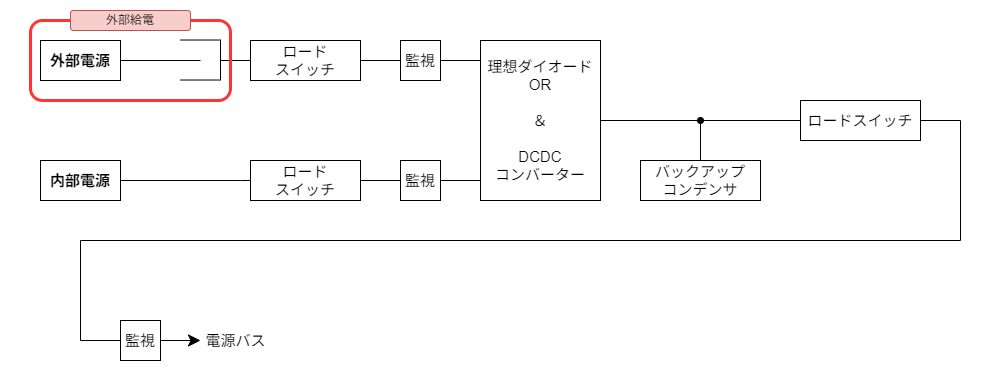
Before: Document/BlockDiagram/PowerSystemDiagram.png, a diagram exported from draw.io (tokai-student-rocket-project/H-62-Avionics). Source tidied: cells renumbered, new cells last; positions are measured from the earlier drawing's top-left corner, leaving out a move shared by most shapes. Source of this version:
```xml
<mxGraphModel>
  <root>
    <mxCell id="0" />
    <mxCell id="1" parent="0" />
    <mxCell id="2" style="rounded=0;whiteSpace=wrap;html=1;strokeColor=none;" parent="1" vertex="1">
      <mxGeometry width="1000" height="380" as="geometry" />
    </mxCell>
    <mxCell id="3" value="&lt;font style=&quot;font-size: 15px;&quot;&gt;&lt;b&gt;外部電源&lt;/b&gt;&lt;/font&gt;" style="rounded=0;whiteSpace=wrap;html=1;" parent="1" vertex="1">
      <mxGeometry x="40" y="40" width="80" height="40" as="geometry" />
    </mxCell>
    <mxCell id="4" value="&lt;font style=&quot;font-size: 15px;&quot;&gt;&lt;b&gt;内部電源&lt;/b&gt;&lt;/font&gt;" style="rounded=0;whiteSpace=wrap;html=1;" parent="1" vertex="1">
      <mxGeometry x="40" y="160" width="80" height="40" as="geometry" />
    </mxCell>
    <mxCell id="5" style="endArrow=none;html=1;exitX=1;exitY=0.5;exitDx=0;exitDy=0;" parent="1" edge="1" source="3">
      <mxGeometry relative="1" as="geometry">
        <mxPoint x="200" y="60" as="targetPoint" />
      </mxGeometry>
    </mxCell>
    <mxCell id="6" style="endArrow=none;html=1;exitX=1;exitY=0.5;exitDx=0;exitDy=0;" parent="1" edge="1" source="4">
      <mxGeometry relative="1" as="geometry">
        <mxPoint x="240" y="180" as="targetPoint" />
      </mxGeometry>
    </mxCell>
    <mxCell id="7" style="endArrow=none;html=1;" parent="1" edge="1">
      <mxGeometry relative="1" as="geometry">
        <mxPoint x="220" y="39.5" as="sourcePoint" />
        <mxPoint x="180" y="39.5" as="targetPoint" />
      </mxGeometry>
    </mxCell>
    <mxCell id="8" style="endArrow=none;html=1;" parent="1" edge="1">
      <mxGeometry relative="1" as="geometry">
        <mxPoint x="220" y="79.5" as="sourcePoint" />
        <mxPoint x="180" y="79.5" as="targetPoint" />
      </mxGeometry>
    </mxCell>
    <mxCell id="9" style="endArrow=none;html=1;" parent="1" edge="1">
      <mxGeometry relative="1" as="geometry">
        <mxPoint x="220" y="39.5" as="sourcePoint" />
        <mxPoint x="220" y="79.5" as="targetPoint" />
      </mxGeometry>
    </mxCell>
    <mxCell id="10" style="edgeStyle=none;html=1;entryX=0;entryY=0.5;entryDx=0;entryDy=0;endArrow=none;endFill=0;" parent="1" edge="1" source="11" target="18">
      <mxGeometry relative="1" as="geometry" />
    </mxCell>
    <mxCell id="11" value="&lt;font style=&quot;font-size: 15px;&quot;&gt;ロード&lt;/font&gt;&lt;div&gt;&lt;font style=&quot;font-size: 15px;&quot;&gt;スイッチ&lt;/font&gt;&lt;/div&gt;" style="rounded=0;whiteSpace=wrap;html=1;" parent="1" vertex="1">
      <mxGeometry x="250" y="40" width="110" height="40" as="geometry" />
    </mxCell>
    <mxCell id="12" style="edgeStyle=none;html=1;entryX=0;entryY=0.5;entryDx=0;entryDy=0;endArrow=none;endFill=0;" parent="1" edge="1" source="13" target="19">
      <mxGeometry relative="1" as="geometry" />
    </mxCell>
    <mxCell id="13" value="&lt;font style=&quot;font-size: 15px;&quot;&gt;ロード&lt;/font&gt;&lt;div&gt;&lt;font style=&quot;font-size: 15px;&quot;&gt;スイッチ&lt;/font&gt;&lt;/div&gt;" style="rounded=0;whiteSpace=wrap;html=1;" parent="1" vertex="1">
      <mxGeometry x="250" y="160" width="110" height="40" as="geometry" />
    </mxCell>
    <mxCell id="14" style="edgeStyle=none;html=1;entryX=0;entryY=0.5;entryDx=0;entryDy=0;endArrow=none;endFill=0;exitX=1;exitY=0.5;exitDx=0;exitDy=0;" parent="1" edge="1" source="33" target="11">
      <mxGeometry relative="1" as="geometry" />
    </mxCell>
    <mxCell id="15" style="edgeStyle=none;html=1;endArrow=none;endFill=0;" parent="1" edge="1">
      <mxGeometry relative="1" as="geometry">
        <mxPoint x="230" y="60" as="sourcePoint" />
        <mxPoint x="220" y="60" as="targetPoint" />
      </mxGeometry>
    </mxCell>
    <mxCell id="16" style="edgeStyle=none;html=1;entryX=0;entryY=0.5;entryDx=0;entryDy=0;endArrow=none;endFill=0;" parent="1" edge="1" target="13">
      <mxGeometry relative="1" as="geometry">
        <mxPoint x="240" y="180" as="sourcePoint" />
      </mxGeometry>
    </mxCell>
    <mxCell id="17" style="edgeStyle=none;html=1;entryX=0;entryY=0.125;entryDx=0;entryDy=0;entryPerimeter=0;endArrow=none;endFill=0;" parent="1" edge="1" source="18" target="21">
      <mxGeometry relative="1" as="geometry" />
    </mxCell>
    <mxCell id="18" value="&lt;font style=&quot;font-size: 15px;&quot;&gt;監視&lt;/font&gt;" style="rounded=0;whiteSpace=wrap;html=1;" parent="1" vertex="1">
      <mxGeometry x="400" y="40" width="40" height="40" as="geometry" />
    </mxCell>
    <mxCell id="19" value="&lt;font style=&quot;font-size: 15px;&quot;&gt;監視&lt;/font&gt;" style="rounded=0;whiteSpace=wrap;html=1;" parent="1" vertex="1">
      <mxGeometry x="400" y="160" width="40" height="40" as="geometry" />
    </mxCell>
    <mxCell id="20" style="edgeStyle=none;html=1;entryX=0;entryY=0.5;entryDx=0;entryDy=0;endArrow=none;endFill=0;" parent="1" edge="1" source="21" target="25">
      <mxGeometry relative="1" as="geometry" />
    </mxCell>
    <mxCell id="21" value="&lt;font style=&quot;font-size: 15px;&quot;&gt;理想ダイオードOR&lt;/font&gt;&lt;div&gt;&lt;span style=&quot;font-size: 15px;&quot;&gt;&lt;br&gt;&lt;/span&gt;&lt;div&gt;&lt;font style=&quot;font-size: 15px;&quot;&gt;＆&lt;/font&gt;&lt;/div&gt;&lt;div&gt;&lt;font style=&quot;font-size: 15px;&quot;&gt;&lt;br&gt;&lt;/font&gt;&lt;/div&gt;&lt;div&gt;&lt;font style=&quot;font-size: 15px;&quot;&gt;DCDC&lt;/font&gt;&lt;/div&gt;&lt;div&gt;&lt;font style=&quot;font-size: 15px;&quot;&gt;コンバーター&lt;/font&gt;&lt;/div&gt;&lt;/div&gt;" style="rounded=0;whiteSpace=wrap;html=1;" parent="1" vertex="1">
      <mxGeometry x="480" y="40" width="120" height="160" as="geometry" />
    </mxCell>
    <mxCell id="22" style="edgeStyle=none;html=1;entryX=0;entryY=0.875;entryDx=0;entryDy=0;entryPerimeter=0;endArrow=none;endFill=0;" parent="1" edge="1" source="19" target="21">
      <mxGeometry relative="1" as="geometry" />
    </mxCell>
    <mxCell id="23" style="edgeStyle=none;html=1;endArrow=oval;endFill=1;" parent="1" edge="1" source="24">
      <mxGeometry relative="1" as="geometry">
        <mxPoint x="700" y="120" as="targetPoint" />
      </mxGeometry>
    </mxCell>
    <mxCell id="24" value="&lt;font style=&quot;font-size: 15px;&quot;&gt;バックアップ&lt;/font&gt;&lt;div&gt;&lt;font style=&quot;font-size: 15px;&quot;&gt;コンデンサ&lt;/font&gt;&lt;/div&gt;" style="rounded=0;whiteSpace=wrap;html=1;" parent="1" vertex="1">
      <mxGeometry x="640" y="160" width="120" height="40" as="geometry" />
    </mxCell>
    <mxCell id="25" value="&lt;font style=&quot;font-size: 15px;&quot;&gt;ロードスイッチ&lt;/font&gt;" style="rounded=0;whiteSpace=wrap;html=1;" parent="1" vertex="1">
      <mxGeometry x="800" y="100" width="120" height="40" as="geometry" />
    </mxCell>
    <mxCell id="26" style="endArrow=none;html=1;exitX=1;exitY=0.5;exitDx=0;exitDy=0;" parent="1" edge="1" source="25">
      <mxGeometry relative="1" as="geometry">
        <mxPoint x="960" y="120" as="targetPoint" />
      </mxGeometry>
    </mxCell>
    <mxCell id="27" style="endArrow=none;html=1;" parent="1" edge="1">
      <mxGeometry relative="1" as="geometry">
        <mxPoint x="960" y="240" as="sourcePoint" />
        <mxPoint x="960" y="120" as="targetPoint" />
      </mxGeometry>
    </mxCell>
    <mxCell id="28" style="endArrow=none;html=1;" parent="1" edge="1">
      <mxGeometry relative="1" as="geometry">
        <mxPoint x="960" y="240" as="sourcePoint" />
        <mxPoint x="80" y="240" as="targetPoint" />
      </mxGeometry>
    </mxCell>
    <mxCell id="29" style="endArrow=none;html=1;rounded=0;strokeWidth=1;edgeStyle=elbowEdgeStyle;exitX=0;exitY=0.5;exitDx=0;exitDy=0;" parent="1" edge="1" source="31">
      <mxGeometry relative="1" as="geometry">
        <mxPoint x="80" y="240" as="targetPoint" />
        <Array as="points">
          <mxPoint x="80" y="290" />
        </Array>
      </mxGeometry>
    </mxCell>
    <mxCell id="30" style="edgeStyle=none;html=1;strokeWidth=1;endSize=10;" parent="1" edge="1" source="31">
      <mxGeometry relative="1" as="geometry">
        <mxPoint x="200" y="340" as="targetPoint" />
      </mxGeometry>
    </mxCell>
    <mxCell id="31" value="&lt;font style=&quot;font-size: 15px;&quot;&gt;監視&lt;/font&gt;" style="rounded=0;whiteSpace=wrap;html=1;" parent="1" vertex="1">
      <mxGeometry x="120" y="320" width="40" height="40" as="geometry" />
    </mxCell>
    <mxCell id="32" value="&lt;font style=&quot;font-size: 15px;&quot;&gt;電源バス&lt;/font&gt;" style="text;html=1;align=center;verticalAlign=middle;strokeColor=none;fillColor=none;" parent="1" vertex="1">
      <mxGeometry x="195" y="325" width="80" height="30" as="geometry" />
    </mxCell>
    <mxCell id="33" style="rounded=1;whiteSpace=wrap;html=1;fillColor=none;strokeColor=#FF3333;strokeWidth=3;" parent="1" vertex="1">
      <mxGeometry x="30" y="20" width="200" height="80" as="geometry" />
    </mxCell>
    <mxCell id="34" value="外部給電" style="rounded=1;whiteSpace=wrap;html=1;fillColor=#f8cecc;strokeColor=#b85450;" parent="1" vertex="1">
      <mxGeometry x="70" y="10" width="120" height="20" as="geometry" />
    </mxCell>
  </root>
</mxGraphModel>
```
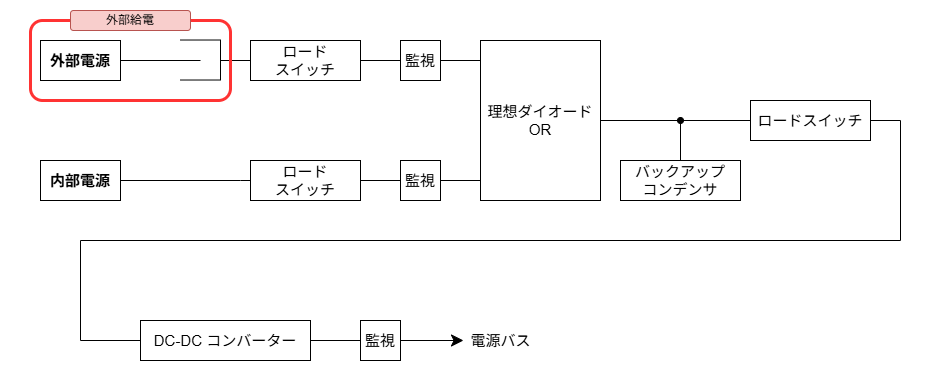
Later version of the same file.

Commit message:
電源系統図を修正

Change to the diagram source:
```diff
@@ -3,7 +3,7 @@
     <mxCell id="0" />
     <mxCell id="1" parent="0" />
     <mxCell id="2" style="rounded=0;whiteSpace=wrap;html=1;strokeColor=none;" parent="1" vertex="1">
-      <mxGeometry width="1000" height="380" as="geometry" />
+      <mxGeometry width="930" height="380" as="geometry" />
     </mxCell>
     <mxCell id="3" value="&lt;font style=&quot;font-size: 15px;&quot;&gt;&lt;b&gt;外部電源&lt;/b&gt;&lt;/font&gt;" style="rounded=0;whiteSpace=wrap;html=1;" parent="1" vertex="1">
       <mxGeometry x="40" y="40" width="80" height="40" as="geometry" />
@@ -77,7 +77,7 @@
     <mxCell id="20" style="edgeStyle=none;html=1;entryX=0;entryY=0.5;entryDx=0;entryDy=0;endArrow=none;endFill=0;" parent="1" edge="1" source="21" target="25">
       <mxGeometry relative="1" as="geometry" />
     </mxCell>
-    <mxCell id="21" value="&lt;font style=&quot;font-size: 15px;&quot;&gt;理想ダイオードOR&lt;/font&gt;&lt;div&gt;&lt;span style=&quot;font-size: 15px;&quot;&gt;&lt;br&gt;&lt;/span&gt;&lt;div&gt;&lt;font style=&quot;font-size: 15px;&quot;&gt;＆&lt;/font&gt;&lt;/div&gt;&lt;div&gt;&lt;font style=&quot;font-size: 15px;&quot;&gt;&lt;br&gt;&lt;/font&gt;&lt;/div&gt;&lt;div&gt;&lt;font style=&quot;font-size: 15px;&quot;&gt;DCDC&lt;/font&gt;&lt;/div&gt;&lt;div&gt;&lt;font style=&quot;font-size: 15px;&quot;&gt;コンバーター&lt;/font&gt;&lt;/div&gt;&lt;/div&gt;" style="rounded=0;whiteSpace=wrap;html=1;" parent="1" vertex="1">
+    <mxCell id="21" value="&lt;font style=&quot;font-size: 15px;&quot;&gt;理想ダイオード&lt;/font&gt;&lt;div&gt;&lt;font style=&quot;font-size: 15px;&quot;&gt;OR&lt;/font&gt;&lt;/div&gt;" style="rounded=0;whiteSpace=wrap;html=1;" parent="1" vertex="1">
       <mxGeometry x="480" y="40" width="120" height="160" as="geometry" />
     </mxCell>
     <mxCell id="22" style="edgeStyle=none;html=1;entryX=0;entryY=0.875;entryDx=0;entryDy=0;entryPerimeter=0;endArrow=none;endFill=0;" parent="1" edge="1" source="19" target="21">
@@ -85,29 +85,29 @@
     </mxCell>
     <mxCell id="23" style="edgeStyle=none;html=1;endArrow=oval;endFill=1;" parent="1" edge="1" source="24">
       <mxGeometry relative="1" as="geometry">
-        <mxPoint x="700" y="120" as="targetPoint" />
+        <mxPoint x="680" y="120" as="targetPoint" />
       </mxGeometry>
     </mxCell>
     <mxCell id="24" value="&lt;font style=&quot;font-size: 15px;&quot;&gt;バックアップ&lt;/font&gt;&lt;div&gt;&lt;font style=&quot;font-size: 15px;&quot;&gt;コンデンサ&lt;/font&gt;&lt;/div&gt;" style="rounded=0;whiteSpace=wrap;html=1;" parent="1" vertex="1">
-      <mxGeometry x="640" y="160" width="120" height="40" as="geometry" />
+      <mxGeometry x="620" y="160" width="120" height="40" as="geometry" />
     </mxCell>
     <mxCell id="25" value="&lt;font style=&quot;font-size: 15px;&quot;&gt;ロードスイッチ&lt;/font&gt;" style="rounded=0;whiteSpace=wrap;html=1;" parent="1" vertex="1">
-      <mxGeometry x="800" y="100" width="120" height="40" as="geometry" />
+      <mxGeometry x="750" y="100" width="120" height="40" as="geometry" />
     </mxCell>
     <mxCell id="26" style="endArrow=none;html=1;exitX=1;exitY=0.5;exitDx=0;exitDy=0;" parent="1" edge="1" source="25">
       <mxGeometry relative="1" as="geometry">
-        <mxPoint x="960" y="120" as="targetPoint" />
+        <mxPoint x="900" y="120" as="targetPoint" />
       </mxGeometry>
     </mxCell>
     <mxCell id="27" style="endArrow=none;html=1;" parent="1" edge="1">
       <mxGeometry relative="1" as="geometry">
-        <mxPoint x="960" y="240" as="sourcePoint" />
-        <mxPoint x="960" y="120" as="targetPoint" />
+        <mxPoint x="900" y="240" as="sourcePoint" />
+        <mxPoint x="900" y="120" as="targetPoint" />
       </mxGeometry>
     </mxCell>
     <mxCell id="28" style="endArrow=none;html=1;" parent="1" edge="1">
       <mxGeometry relative="1" as="geometry">
-        <mxPoint x="960" y="240" as="sourcePoint" />
+        <mxPoint x="900" y="240" as="sourcePoint" />
         <mxPoint x="80" y="240" as="targetPoint" />
       </mxGeometry>
     </mxCell>
@@ -121,14 +121,14 @@
     </mxCell>
     <mxCell id="30" style="edgeStyle=none;html=1;strokeWidth=1;endSize=10;" parent="1" edge="1" source="31">
       <mxGeometry relative="1" as="geometry">
-        <mxPoint x="200" y="340" as="targetPoint" />
+        <mxPoint x="463" y="340" as="targetPoint" />
       </mxGeometry>
     </mxCell>
     <mxCell id="31" value="&lt;font style=&quot;font-size: 15px;&quot;&gt;監視&lt;/font&gt;" style="rounded=0;whiteSpace=wrap;html=1;" parent="1" vertex="1">
-      <mxGeometry x="120" y="320" width="40" height="40" as="geometry" />
+      <mxGeometry x="360" y="320" width="40" height="40" as="geometry" />
     </mxCell>
     <mxCell id="32" value="&lt;font style=&quot;font-size: 15px;&quot;&gt;電源バス&lt;/font&gt;" style="text;html=1;align=center;verticalAlign=middle;strokeColor=none;fillColor=none;" parent="1" vertex="1">
-      <mxGeometry x="195" y="325" width="80" height="30" as="geometry" />
+      <mxGeometry x="460" y="325" width="80" height="30" as="geometry" />
     </mxCell>
     <mxCell id="33" style="rounded=1;whiteSpace=wrap;html=1;fillColor=none;strokeColor=#FF3333;strokeWidth=3;" parent="1" vertex="1">
       <mxGeometry x="30" y="20" width="200" height="80" as="geometry" />
@@ -136,5 +136,8 @@
     <mxCell id="34" value="外部給電" style="rounded=1;whiteSpace=wrap;html=1;fillColor=#f8cecc;strokeColor=#b85450;" parent="1" vertex="1">
       <mxGeometry x="70" y="10" width="120" height="20" as="geometry" />
     </mxCell>
+    <mxCell id="35" value="&lt;font style=&quot;font-size: 15px;&quot;&gt;DC-DC コンバーター&lt;/font&gt;" style="rounded=0;whiteSpace=wrap;html=1;" parent="1" vertex="1">
+      <mxGeometry x="140" y="320" width="170" height="40" as="geometry" />
+    </mxCell>
   </root>
 </mxGraphModel>
```
